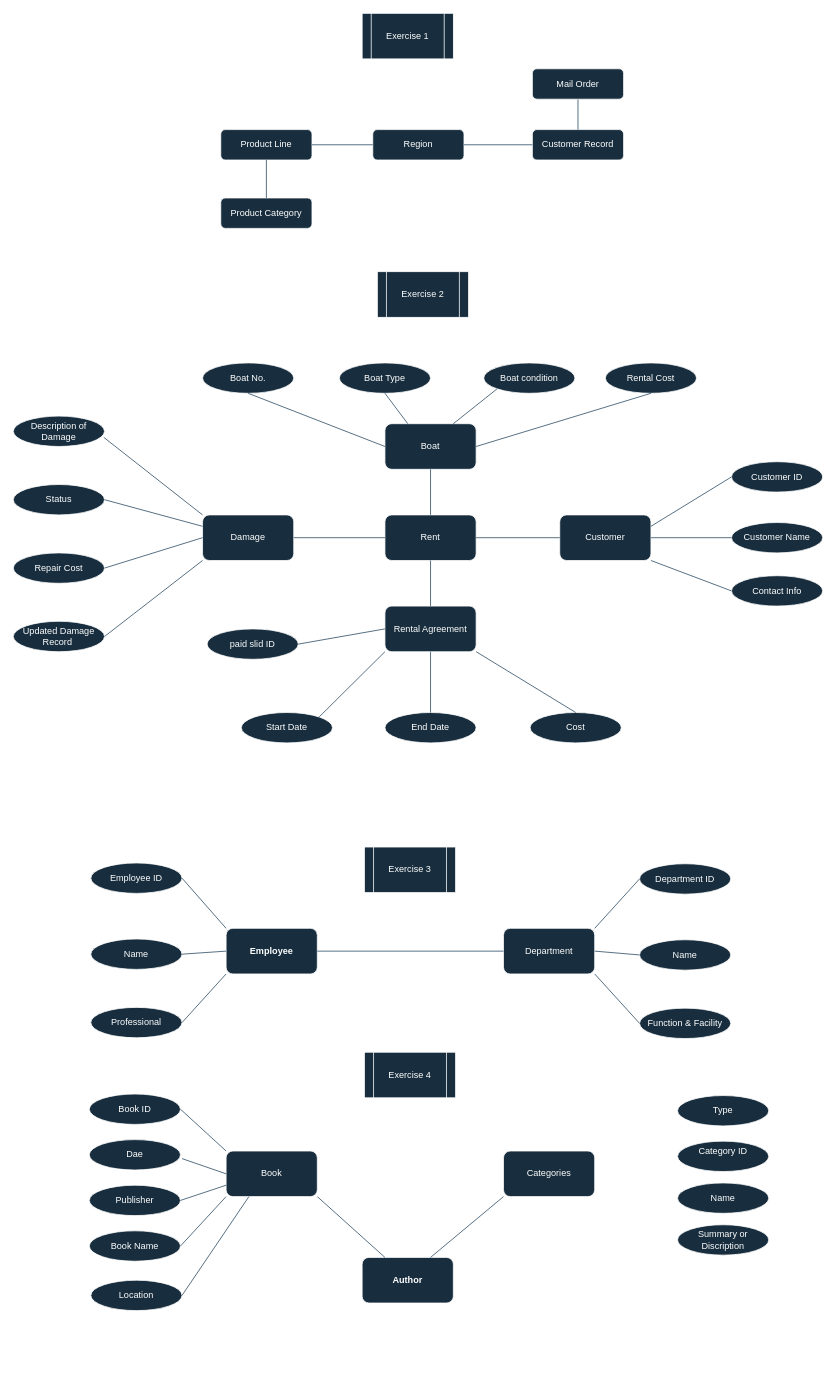
Above: exercise4.1.drawio in waiyanminunt/learning-code-of-school (draw.io), before the change. Source tidied: cells renumbered, new cells numbered last; positions are measured from the earlier drawing's top-left corner, leaving out a move shared by most shapes. Both pictures are drawn from the tidied source at 76%, with x=0, y=0 at pixel (13, 13).
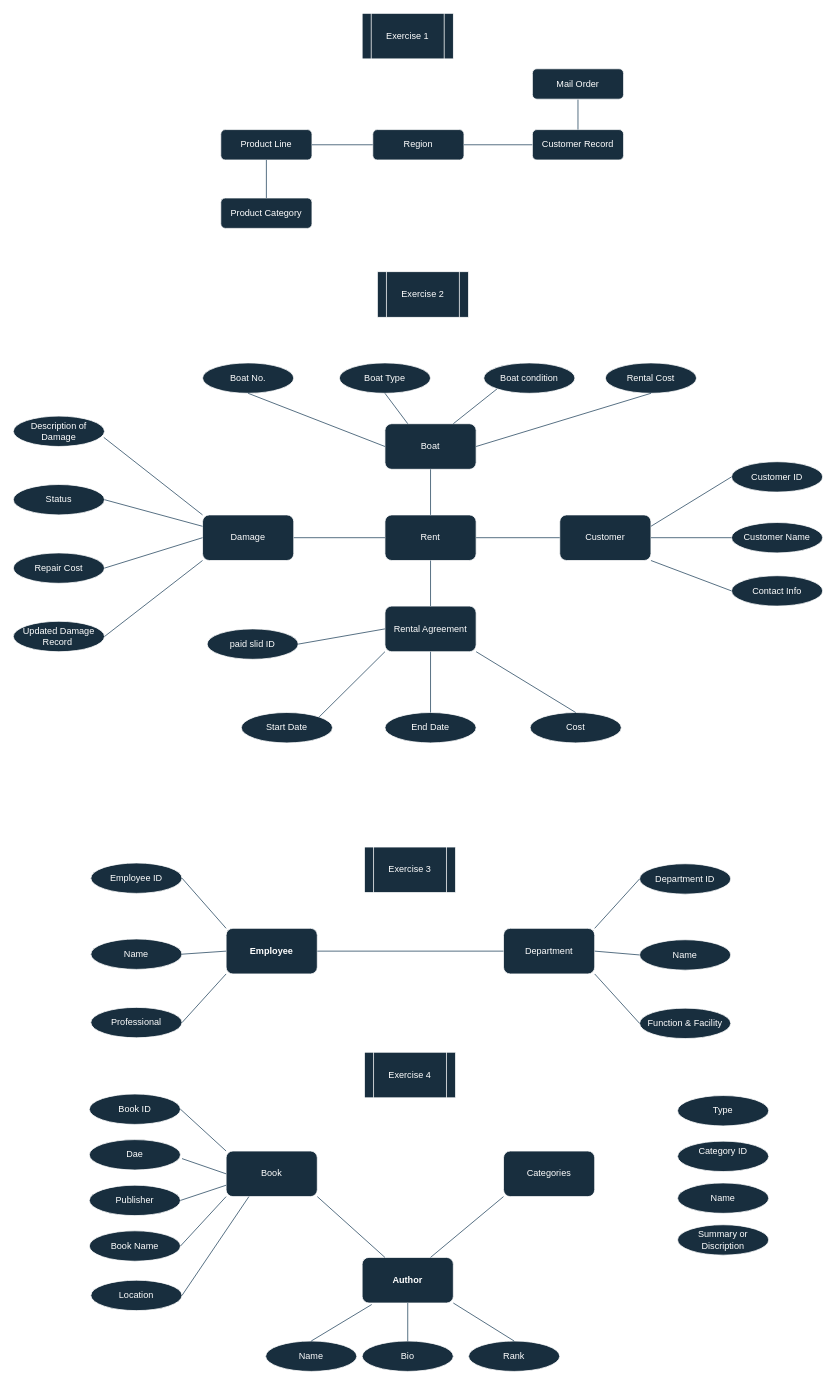
The same page after the edit.

Unchanged cells that the change refers to:
```xml
<mxCell id="71" value="&lt;b&gt;Author&lt;/b&gt;" style="rounded=1;whiteSpace=wrap;html=1;strokeColor=#FFFFFF;fontColor=#FFFFFF;fillColor=#182E3E;" parent="1" vertex="1">
  <mxGeometry x="459" y="1637" width="120" height="60" as="geometry" />
</mxCell>
```

What changed in the source:
```diff
@@
+    <mxCell id="88" value="Name" style="ellipse;whiteSpace=wrap;html=1;strokeColor=#FFFFFF;fontColor=#FFFFFF;fillColor=#182E3E;" parent="1" vertex="1">
+      <mxGeometry x="332" y="1747" width="120" height="40" as="geometry" />
+    </mxCell>
+    <mxCell id="89" value="Bio" style="ellipse;whiteSpace=wrap;html=1;strokeColor=#FFFFFF;fontColor=#FFFFFF;fillColor=#182E3E;" parent="1" vertex="1">
+      <mxGeometry x="459" y="1747" width="120" height="40" as="geometry" />
+    </mxCell>
+    <mxCell id="90" value="Rank" style="ellipse;whiteSpace=wrap;html=1;strokeColor=#FFFFFF;fontColor=#FFFFFF;fillColor=#182E3E;" parent="1" vertex="1">
+      <mxGeometry x="599" y="1747" width="120" height="40" as="geometry" />
+    </mxCell>
+    <mxCell id="91" style="endArrow=none;html=1;rounded=0;strokeColor=#23445D;exitX=0.5;exitY=0;exitDx=0;exitDy=0;entryX=0.105;entryY=1.033;entryDx=0;entryDy=0;entryPerimeter=0;" parent="1" edge="1" source="88" target="71">
+      <mxGeometry relative="1" as="geometry" />
+    </mxCell>
+    <mxCell id="92" style="endArrow=none;html=1;rounded=0;strokeColor=#23445D;exitX=0.5;exitY=0;exitDx=0;exitDy=0;entryX=0.5;entryY=1;entryDx=0;entryDy=0;" parent="1" edge="1" source="89" target="71">
+      <mxGeometry relative="1" as="geometry" />
+    </mxCell>
+    <mxCell id="93" style="endArrow=none;html=1;rounded=0;strokeColor=#23445D;entryX=1;entryY=1;entryDx=0;entryDy=0;exitX=0.5;exitY=0;exitDx=0;exitDy=0;" parent="1" edge="1" source="90" target="71">
+      <mxGeometry relative="1" as="geometry" />
+    </mxCell>
```
